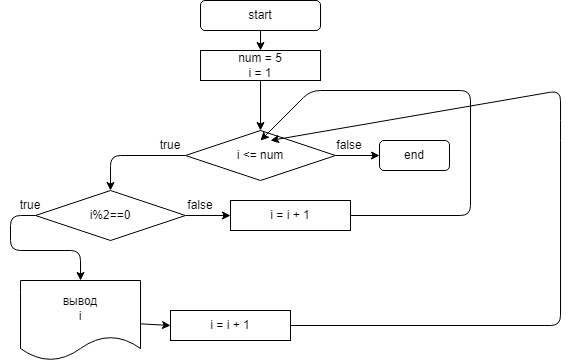
This is lesson_1/Task_4/diagram.drawio.png from 1Gar/C-Lessons, a draw.io export, as it was before one commit. Source tidied: cells renumbered, new cells last; positions are measured from the earlier drawing's top-left corner, leaving out a move shared by most shapes.
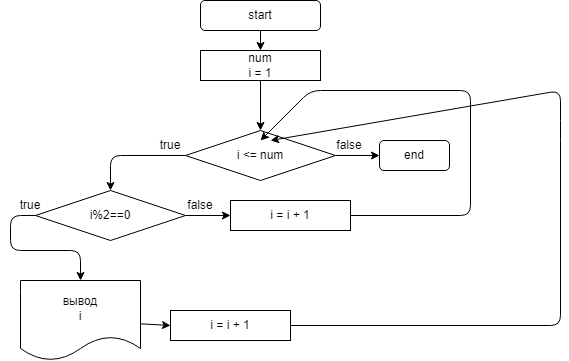
The same diagram one commit later.

The edit, as a diff of the source:
```diff
@@ -20,7 +20,7 @@
     <mxCell id="7" style="edgeStyle=none;html=1;entryX=0.5;entryY=0;entryDx=0;entryDy=0;" parent="1" edge="1" source="8" target="11">
       <mxGeometry relative="1" as="geometry" />
     </mxCell>
-    <mxCell id="8" value="num = 5&lt;br&gt;i = 1&lt;br&gt;" style="rounded=0;whiteSpace=wrap;html=1;" parent="1" vertex="1">
+    <mxCell id="8" value="num&lt;br&gt;i = 1" style="rounded=0;whiteSpace=wrap;html=1;" parent="1" vertex="1">
       <mxGeometry x="200" y="50" width="120" height="30" as="geometry" />
     </mxCell>
     <mxCell id="9" style="edgeStyle=none;html=1;entryX=0.5;entryY=0;entryDx=0;entryDy=0;" parent="1" edge="1" source="11" target="14">
```
